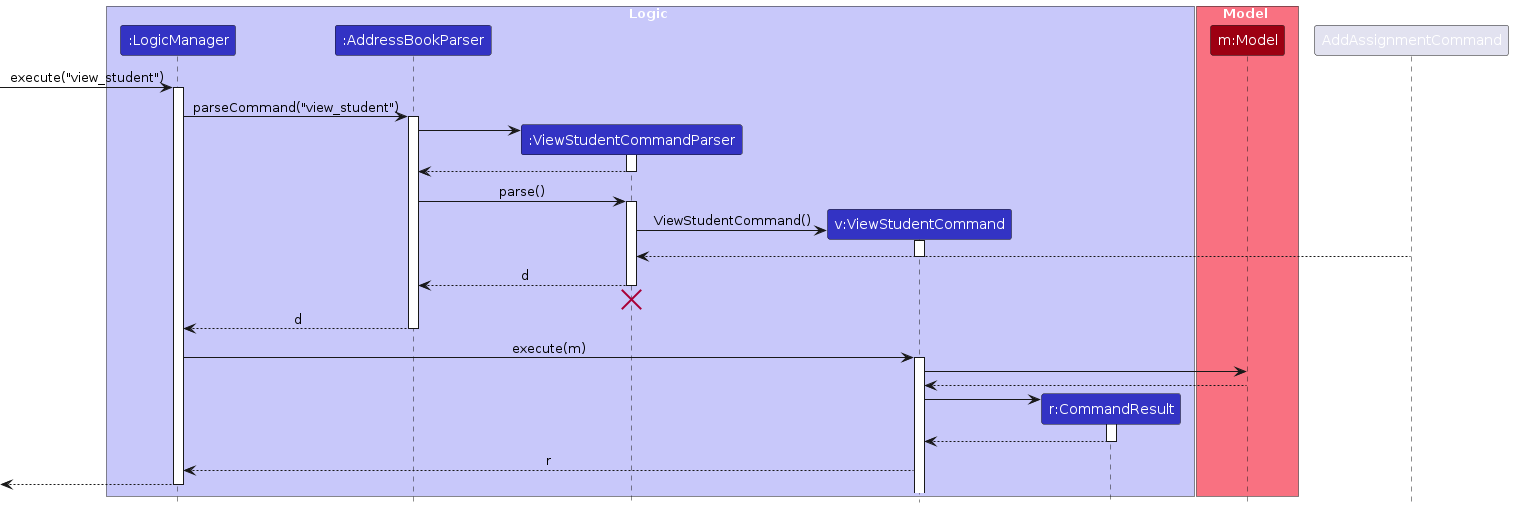
This is diagrams/ViewStudentSequenceDiagram.png from AY2425S1-CS2103-F11-1/tp, a PlantUML export, as it was before one commit. Its source is kept beside it as diagrams/ViewStudentSequenceDiagram.puml.
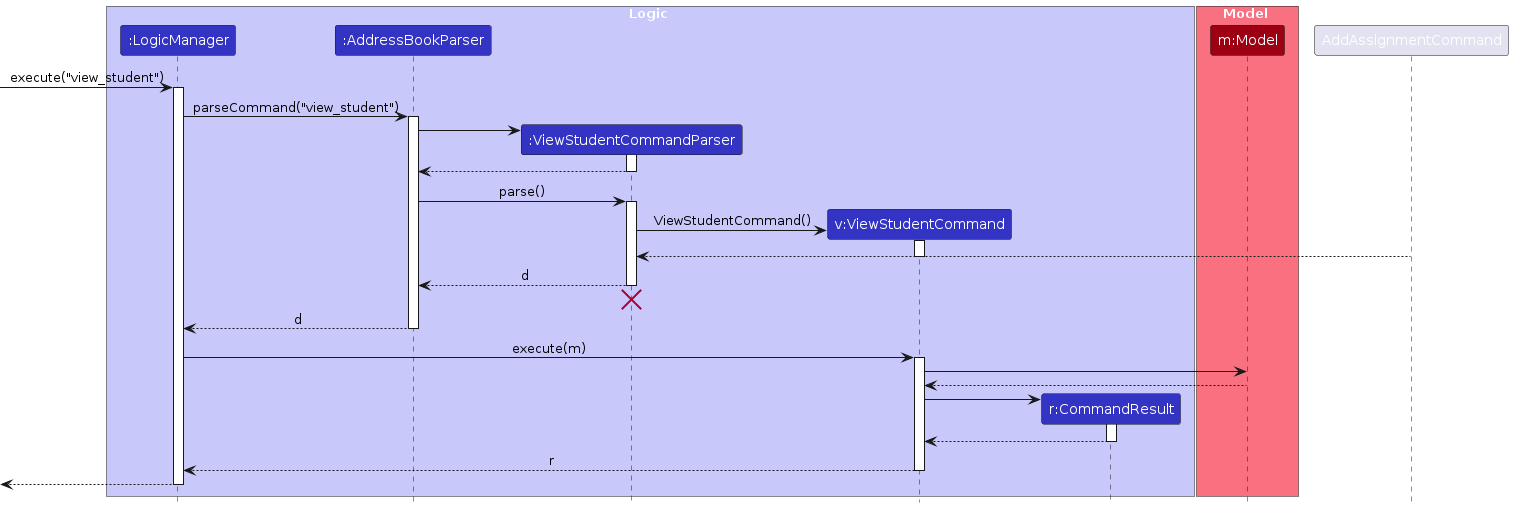
The same diagram one commit later.

Change to the diagram source:
```diff
@@ -60,7 +60,7 @@
 deactivate CommandResult
 
 ViewStudentCommand --> LogicManager : r
-deactivate AddAssignmentCommand
+deactivate ViewStudentCommand
 
 [<-- LogicManager
 deactivate LogicManager
```
